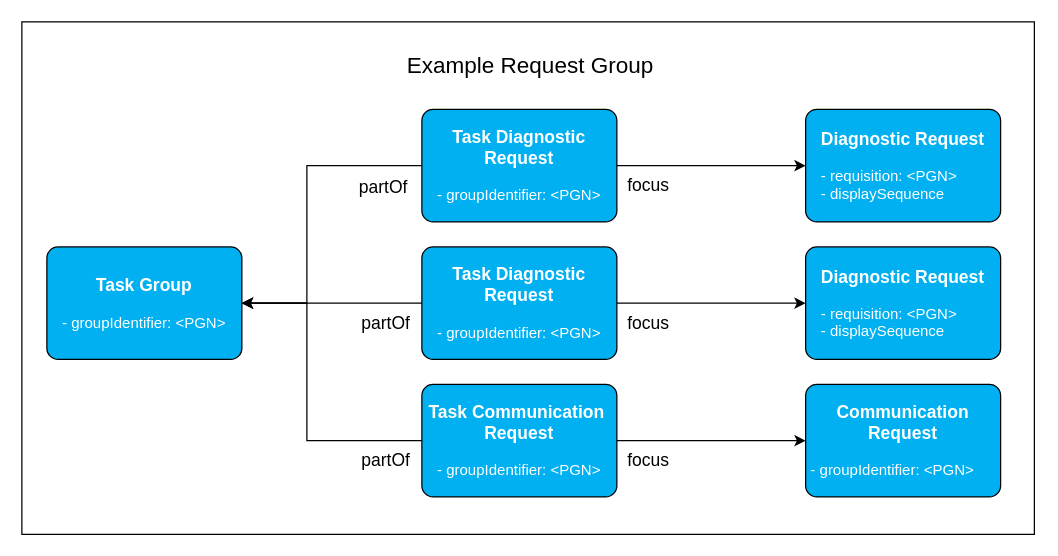
Above: input/images-source/au-erequesting-example-request-group.drawio in hl7au/au-fhir-erequesting (draw.io), before the change. Source tidied: cells renumbered, new cells numbered last; positions are measured from the earlier drawing's top-left corner, leaving out a move shared by most shapes. Both pictures are drawn from the tidied source at 125%, with x=0, y=0 at pixel (21, 21).
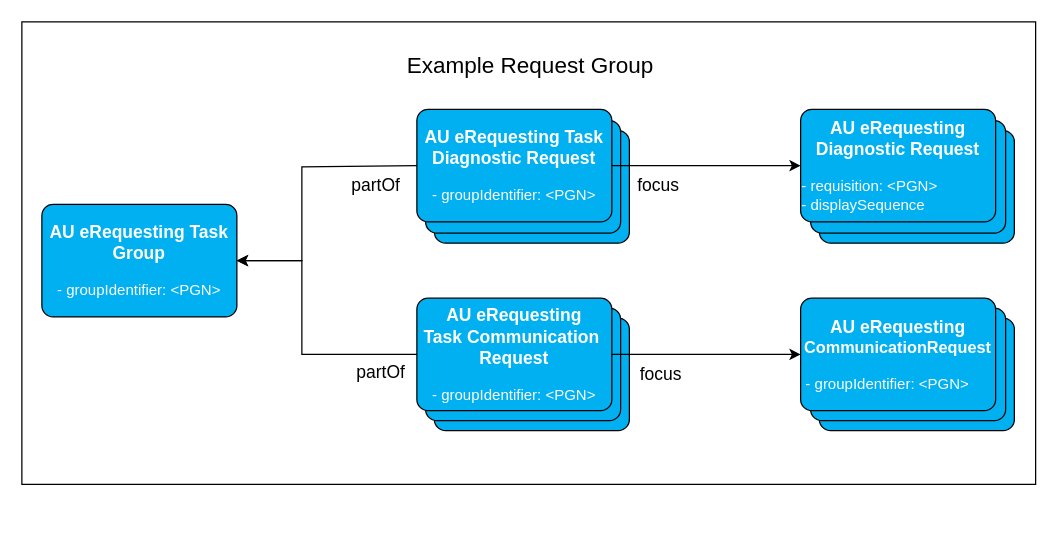
The same diagram, later.

Commit message (it also covers changes not shown here):
Example Request Group diagram updated to use overlapping boxes to indicate multiple instances

Unchanged cells that the change refers to:
```xml
<mxCell id="4" style="edgeStyle=orthogonalEdgeStyle;rounded=0;jettySize=auto;html=1;" parent="1" edge="1" source="8" target="3">
  <mxGeometry relative="1" as="geometry" />
</mxCell>
<mxCell id="17" style="edgeStyle=orthogonalEdgeStyle;rounded=0;jettySize=auto;html=1;" parent="1" edge="1" source="21" target="16">
  <mxGeometry relative="1" as="geometry" />
</mxCell>
```

Diff of the diagram source:
```diff
@@
     <mxCell id="2" style="rounded=0;whiteSpace=wrap;html=1;align=center;" parent="1" vertex="1">
-      <mxGeometry width="810" height="410" as="geometry" />
+      <mxGeometry width="811" height="370" as="geometry" />
     </mxCell>
+    <mxCell id="23" style="rounded=1;arcSize=10;whiteSpace=wrap;html=1;align=center;fillColor=#00B0F0;fontColor=#FFFFFF;" parent="1" vertex="1">
+      <mxGeometry x="638" y="87" width="156" height="90" as="geometry" />
+    </mxCell>
+    <mxCell id="24" style="rounded=1;arcSize=10;whiteSpace=wrap;html=1;align=center;fillColor=#00B0F0;fontColor=#FFFFFF;" parent="1" vertex="1">
+      <mxGeometry x="631" y="79" width="156" height="90" as="geometry" />
+    </mxCell>
+    <mxCell id="25" style="rounded=1;arcSize=10;whiteSpace=wrap;html=1;align=center;fillColor=#00B0F0;fontColor=#FFFFFF;" parent="1" vertex="1">
+      <mxGeometry x="330" y="87" width="156" height="90" as="geometry" />
+    </mxCell>
+    <mxCell id="26" style="rounded=1;arcSize=10;whiteSpace=wrap;html=1;align=center;fillColor=#00B0F0;fontColor=#FFFFFF;" parent="1" vertex="1">
+      <mxGeometry x="323" y="79" width="156" height="90" as="geometry" />
+    </mxCell>
+    <mxCell id="27" style="rounded=1;arcSize=10;whiteSpace=wrap;html=1;align=center;fillColor=#00B0F0;fontColor=#FFFFFF;" parent="1" vertex="1">
+      <mxGeometry x="330" y="237" width="156" height="90" as="geometry" />
+    </mxCell>
+    <mxCell id="28" style="rounded=1;arcSize=10;whiteSpace=wrap;html=1;align=center;fillColor=#00B0F0;fontColor=#FFFFFF;" parent="1" vertex="1">
+      <mxGeometry x="323" y="229" width="156" height="90" as="geometry" />
+    </mxCell>
+    <mxCell id="29" style="rounded=1;arcSize=10;whiteSpace=wrap;html=1;align=center;fillColor=#00B0F0;fontColor=#FFFFFF;" parent="1" vertex="1">
+      <mxGeometry x="638" y="237" width="156" height="90" as="geometry" />
+    </mxCell>
+    <mxCell id="30" style="rounded=1;arcSize=10;whiteSpace=wrap;html=1;align=center;fillColor=#00B0F0;fontColor=#FFFFFF;" parent="1" vertex="1">
+      <mxGeometry x="631" y="229" width="156" height="90" as="geometry" />
+    </mxCell>
-    <mxCell id="3" value="&lt;font style=&quot;font-size: 14px;&quot;&gt;&lt;b&gt;Diagnostic Request&lt;/b&gt;&lt;/font&gt;&lt;div&gt;&lt;br&gt;&lt;/div&gt;&lt;div style=&quot;text-align: left;&quot;&gt;&lt;span style=&quot;background-color: transparent; color: light-dark(rgb(255, 255, 255), rgb(18, 18, 18));&quot;&gt;- requisition: &amp;lt;PGN&amp;gt;&lt;/span&gt;&lt;/div&gt;&lt;div style=&quot;text-align: left;&quot;&gt;- displaySequence&lt;/div&gt;" style="rounded=1;arcSize=10;whiteSpace=wrap;html=1;align=center;fillColor=#00B0F0;fontColor=#FFFFFF;" parent="1" vertex="1">
-      <mxGeometry x="627" y="70" width="156" height="90" as="geometry" />
+    <mxCell id="3" value="&lt;font style=&quot;font-size: 14px;&quot;&gt;&lt;b&gt;AU eRequesting Diagnostic Request&lt;/b&gt;&lt;/font&gt;&lt;div&gt;&lt;br&gt;&lt;/div&gt;&lt;div style=&quot;text-align: left;&quot;&gt;&lt;span style=&quot;background-color: transparent; color: light-dark(rgb(255, 255, 255), rgb(18, 18, 18));&quot;&gt;- requisition: &amp;lt;PGN&amp;gt;&lt;/span&gt;&lt;/div&gt;&lt;div style=&quot;text-align: left;&quot;&gt;- displaySequence&lt;/div&gt;" style="rounded=1;arcSize=10;whiteSpace=wrap;html=1;align=center;fillColor=#00B0F0;fontColor=#FFFFFF;" parent="1" vertex="1">
+      <mxGeometry x="623" y="70" width="156" height="90" as="geometry" />
     </mxCell>
@@
     <mxCell id="5" value="&lt;font style=&quot;font-size: 14px;&quot;&gt;f&lt;/font&gt;&lt;font style=&quot;font-size: 14px;&quot;&gt;ocus&lt;/font&gt;" style="edgeLabel;html=1;align=center;verticalAlign=middle;" parent="4" vertex="1">
       <mxGeometry x="-0.31" y="2" relative="1" as="geometry">
-        <mxPoint x="-28" y="17" as="offset" />
+        <mxPoint x="-16" y="17" as="offset" />
       </mxGeometry>
     </mxCell>
-    <mxCell id="6" style="edgeStyle=orthogonalEdgeStyle;rounded=0;jettySize=auto;html=1;entryX=1;entryY=0.5;entryDx=0;entryDy=0;" parent="1" edge="1" source="8" target="9">
+    <mxCell id="6" style="edgeStyle=orthogonalEdgeStyle;rounded=0;jettySize=auto;html=1;entryX=1;entryY=0.5;entryDx=0;entryDy=0;exitX=0;exitY=0.5;exitDx=0;exitDy=0;" parent="1" edge="1" source="8" target="9">
       <mxGeometry relative="1" as="geometry">
         <Array as="points">
-          <mxPoint x="228" y="115" />
-          <mxPoint x="228" y="225" />
+          <mxPoint x="316" y="116" />
+          <mxPoint x="224" y="116" />
+          <mxPoint x="224" y="191" />
         </Array>
       </mxGeometry>
     </mxCell>
     <mxCell id="7" value="&lt;font style=&quot;font-size: 14px;&quot;&gt;partOf&lt;/font&gt;" style="edgeLabel;html=1;align=center;verticalAlign=middle;" parent="6" vertex="1">
       <mxGeometry x="-0.19" y="-3" relative="1" as="geometry">
-        <mxPoint x="63" y="5" as="offset" />
+        <mxPoint x="56" y="18" as="offset" />
       </mxGeometry>
     </mxCell>
-    <mxCell id="8" value="&lt;div&gt;&lt;font style=&quot;font-size: 14px;&quot;&gt;&lt;b&gt;Task Diagnostic Request&lt;/b&gt;&lt;/font&gt;&lt;/div&gt;&lt;div&gt;&lt;br&gt;&lt;/div&gt;&lt;div style=&quot;&quot;&gt;- groupIdentifier: &amp;lt;PGN&amp;gt;&lt;/div&gt;" style="rounded=1;arcSize=10;whiteSpace=wrap;html=1;align=center;fillColor=#00B0F0;fontColor=#FFFFFF;" parent="1" vertex="1">
-      <mxGeometry x="320" y="70" width="156" height="90" as="geometry" />
-    </mxCell>
-    <mxCell id="9" value="&lt;font style=&quot;font-size: 14px;&quot;&gt;&lt;b&gt;Task Group&lt;/b&gt;&lt;/font&gt;&lt;div&gt;&lt;br&gt;&lt;/div&gt;&lt;div&gt;&lt;font style=&quot;font-size: 12px;&quot;&gt;- groupIdentifier: &amp;lt;PGN&amp;gt;&lt;/font&gt;&lt;/div&gt;" style="rounded=1;arcSize=10;whiteSpace=wrap;html=1;align=center;fillColor=#00B0F0;strokeColor=default;verticalAlign=middle;fontFamily=Helvetica;fontSize=12;fontColor=#FFFFFF;" parent="1" vertex="1">
-      <mxGeometry x="20" y="180" width="156" height="90" as="geometry" />
+    <mxCell id="9" value="&lt;font style=&quot;font-size: 14px;&quot;&gt;&lt;b&gt;AU eRequesting Task Group&lt;/b&gt;&lt;/font&gt;&lt;div&gt;&lt;br&gt;&lt;/div&gt;&lt;div&gt;&lt;font style=&quot;font-size: 12px;&quot;&gt;- groupIdentifier: &amp;lt;PGN&amp;gt;&lt;/font&gt;&lt;/div&gt;" style="rounded=1;arcSize=10;whiteSpace=wrap;html=1;align=center;fillColor=#00B0F0;strokeColor=default;verticalAlign=middle;fontFamily=Helvetica;fontSize=12;fontColor=#FFFFFF;" parent="1" vertex="1">
+      <mxGeometry x="16" y="146" width="156" height="90" as="geometry" />
     </mxCell>
-    <mxCell id="10" value="&lt;font style=&quot;font-size: 14px;&quot;&gt;&lt;b&gt;Diagnostic Request&lt;/b&gt;&lt;/font&gt;&lt;div&gt;&lt;br&gt;&lt;/div&gt;&lt;div style=&quot;text-align: left;&quot;&gt;&lt;span style=&quot;background-color: transparent; color: light-dark(rgb(255, 255, 255), rgb(18, 18, 18));&quot;&gt;- requisition: &amp;lt;PGN&amp;gt;&lt;/span&gt;&lt;/div&gt;&lt;div style=&quot;text-align: left;&quot;&gt;- displaySequence&lt;/div&gt;" style="rounded=1;arcSize=10;whiteSpace=wrap;html=1;align=center;fillColor=#00B0F0;fontColor=#FFFFFF;" parent="1" vertex="1">
-      <mxGeometry x="627" y="180" width="156" height="90" as="geometry" />
-    </mxCell>
-    <mxCell id="11" style="edgeStyle=orthogonalEdgeStyle;rounded=0;jettySize=auto;html=1;" parent="1" edge="1" source="15" target="10">
-      <mxGeometry relative="1" as="geometry" />
-    </mxCell>
-    <mxCell id="12" value="&lt;font style=&quot;font-size: 14px;&quot;&gt;f&lt;/font&gt;&lt;font style=&quot;font-size: 14px;&quot;&gt;ocus&lt;/font&gt;" style="edgeLabel;html=1;align=center;verticalAlign=middle;" parent="11" vertex="1">
-      <mxGeometry x="-0.31" y="2" relative="1" as="geometry">
-        <mxPoint x="-28" y="17" as="offset" />
-      </mxGeometry>
-    </mxCell>
-    <mxCell id="13" value="&lt;font style=&quot;font-size: 14px;&quot;&gt;partOf&lt;/font&gt;" style="edgeLabel;html=1;align=center;verticalAlign=middle;" parent="1" vertex="1">
-      <mxGeometry x="290" y="240" as="geometry" />
-    </mxCell>
-    <mxCell id="14" style="edgeStyle=orthogonalEdgeStyle;rounded=0;jettySize=auto;html=1;" parent="1" edge="1" source="15" target="9">
-      <mxGeometry relative="1" as="geometry" />
-    </mxCell>
-    <mxCell id="15" value="&lt;div&gt;&lt;font style=&quot;font-size: 14px;&quot;&gt;&lt;b&gt;Task Diagnostic Request&lt;/b&gt;&lt;/font&gt;&lt;/div&gt;&lt;div&gt;&lt;br&gt;&lt;/div&gt;&lt;div&gt;- groupIdentifier: &amp;lt;PGN&amp;gt;&lt;/div&gt;" style="rounded=1;arcSize=10;whiteSpace=wrap;html=1;align=center;fillColor=#00B0F0;fontColor=#FFFFFF;" parent="1" vertex="1">
-      <mxGeometry x="320" y="180" width="156" height="90" as="geometry" />
-    </mxCell>
-    <mxCell id="16" value="&lt;font style=&quot;font-size: 14px;&quot;&gt;&lt;b&gt;Communication Request&lt;/b&gt;&lt;/font&gt;&lt;div&gt;&lt;br&gt;&lt;/div&gt;&lt;div style=&quot;&quot;&gt;&lt;span style=&quot;&quot;&gt;- groupIdentifier: &amp;lt;PGN&amp;gt;&amp;nbsp; &amp;nbsp; &amp;nbsp;&lt;/span&gt;&lt;/div&gt;" style="rounded=1;arcSize=10;whiteSpace=wrap;html=1;align=center;fillColor=#00B0F0;fontColor=#FFFFFF;" parent="1" vertex="1">
-      <mxGeometry x="627" y="290" width="156" height="90" as="geometry" />
+    <mxCell id="16" value="&lt;font style=&quot;&quot;&gt;&lt;b style=&quot;&quot;&gt;&lt;font style=&quot;font-size: 14px;&quot;&gt;AU eRequesting&lt;/font&gt;&lt;span style=&quot;font-size: 13px;&quot;&gt; CommunicationRequest&lt;/span&gt;&lt;/b&gt;&lt;/font&gt;&lt;div&gt;&lt;br&gt;&lt;/div&gt;&lt;div style=&quot;&quot;&gt;&lt;span style=&quot;&quot;&gt;- groupIdentifier: &amp;lt;PGN&amp;gt;&amp;nbsp; &amp;nbsp; &amp;nbsp;&lt;/span&gt;&lt;/div&gt;" style="rounded=1;arcSize=10;whiteSpace=wrap;html=1;align=center;fillColor=#00B0F0;fontColor=#FFFFFF;" parent="1" vertex="1">
+      <mxGeometry x="623" y="221" width="156" height="90" as="geometry" />
     </mxCell>
@@
     <mxCell id="18" value="&lt;font style=&quot;font-size: 14px;&quot;&gt;f&lt;/font&gt;&lt;font style=&quot;font-size: 14px;&quot;&gt;ocus&lt;/font&gt;" style="edgeLabel;html=1;align=center;verticalAlign=middle;" parent="17" vertex="1">
       <mxGeometry x="-0.31" y="2" relative="1" as="geometry">
-        <mxPoint x="-28" y="17" as="offset" />
+        <mxPoint x="-14" y="17" as="offset" />
       </mxGeometry>
     </mxCell>
+    <mxCell id="22" value="&lt;font style=&quot;font-size: 18px;&quot;&gt;Example Request Group&lt;/font&gt;" style="text;html=1;align=center;verticalAlign=middle;whiteSpace=wrap;rounded=0;" parent="1" vertex="1">
+      <mxGeometry x="297" y="20" width="220" height="30" as="geometry" />
+    </mxCell>
+    <mxCell id="21" value="&lt;div&gt;&lt;font style=&quot;font-size: 14px;&quot;&gt;&lt;b&gt;AU eRequesting Task&amp;nbsp;&lt;/b&gt;&lt;b&gt;Communication&amp;nbsp;&lt;br&gt;&lt;/b&gt;&lt;b&gt;Request&lt;/b&gt;&lt;/font&gt;&lt;/div&gt;&lt;div&gt;&lt;br&gt;&lt;/div&gt;&lt;div&gt;- groupIdentifier: &amp;lt;PGN&amp;gt;&lt;/div&gt;" style="rounded=1;arcSize=10;whiteSpace=wrap;html=1;align=center;fillColor=#00B0F0;fontColor=#FFFFFF;" parent="1" vertex="1">
+      <mxGeometry x="316" y="221" width="156" height="90" as="geometry" />
+    </mxCell>
+    <mxCell id="20" style="edgeStyle=orthogonalEdgeStyle;rounded=0;jettySize=auto;html=1;entryX=1;entryY=0.5;entryDx=0;entryDy=0;exitX=0;exitY=0.5;exitDx=0;exitDy=0;" parent="1" edge="1" source="21" target="9">
+      <mxGeometry relative="1" as="geometry">
+        <Array as="points">
+          <mxPoint x="224" y="266" />
+          <mxPoint x="224" y="191" />
+        </Array>
+      </mxGeometry>
+    </mxCell>
     <mxCell id="19" value="&lt;font style=&quot;font-size: 14px;&quot;&gt;partOf&lt;/font&gt;" style="edgeLabel;html=1;align=center;verticalAlign=middle;" parent="1" vertex="1">
-      <mxGeometry x="290" y="350" as="geometry" />
+      <mxGeometry x="304" y="281" as="geometry">
+        <mxPoint x="-18" y="-2" as="offset" />
+      </mxGeometry>
     </mxCell>
-    <mxCell id="20" style="edgeStyle=orthogonalEdgeStyle;rounded=0;jettySize=auto;html=1;entryX=1;entryY=0.5;entryDx=0;entryDy=0;" parent="1" edge="1" source="21" target="9">
-      <mxGeometry relative="1" as="geometry">
-        <Array as="points">
-          <mxPoint x="228" y="335" />
-          <mxPoint x="228" y="225" />
-        </Array>
-      </mxGeometry>
-    </mxCell>
-    <mxCell id="21" value="&lt;div&gt;&lt;font style=&quot;font-size: 14px;&quot;&gt;&lt;b&gt;Task&amp;nbsp;&lt;/b&gt;&lt;b&gt;Communication&amp;nbsp;&lt;br&gt;&lt;/b&gt;&lt;b&gt;Request&lt;/b&gt;&lt;/font&gt;&lt;/div&gt;&lt;div&gt;&lt;br&gt;&lt;/div&gt;&lt;div&gt;- groupIdentifier: &amp;lt;PGN&amp;gt;&lt;/div&gt;" style="rounded=1;arcSize=10;whiteSpace=wrap;html=1;align=center;fillColor=#00B0F0;fontColor=#FFFFFF;" parent="1" vertex="1">
-      <mxGeometry x="320" y="290" width="156" height="90" as="geometry" />
-    </mxCell>
-    <mxCell id="22" value="&lt;font style=&quot;font-size: 18px;&quot;&gt;Example Request Group&lt;/font&gt;" style="text;html=1;align=center;verticalAlign=middle;whiteSpace=wrap;rounded=0;" parent="1" vertex="1">
-      <mxGeometry x="297" y="20" width="220" height="30" as="geometry" />
-    </mxCell>
+    <mxCell id="8" value="&lt;div&gt;&lt;font style=&quot;font-size: 14px;&quot;&gt;&lt;b&gt;AU eRequesting Task Diagnostic Request&lt;/b&gt;&lt;/font&gt;&lt;/div&gt;&lt;div&gt;&lt;br&gt;&lt;/div&gt;&lt;div style=&quot;&quot;&gt;- groupIdentifier: &amp;lt;PGN&amp;gt;&lt;/div&gt;" style="rounded=1;arcSize=10;whiteSpace=wrap;html=1;align=center;fillColor=#00B0F0;fontColor=#FFFFFF;" parent="1" vertex="1">
+      <mxGeometry x="316" y="70" width="156" height="90" as="geometry" />
+    </mxCell>
```
